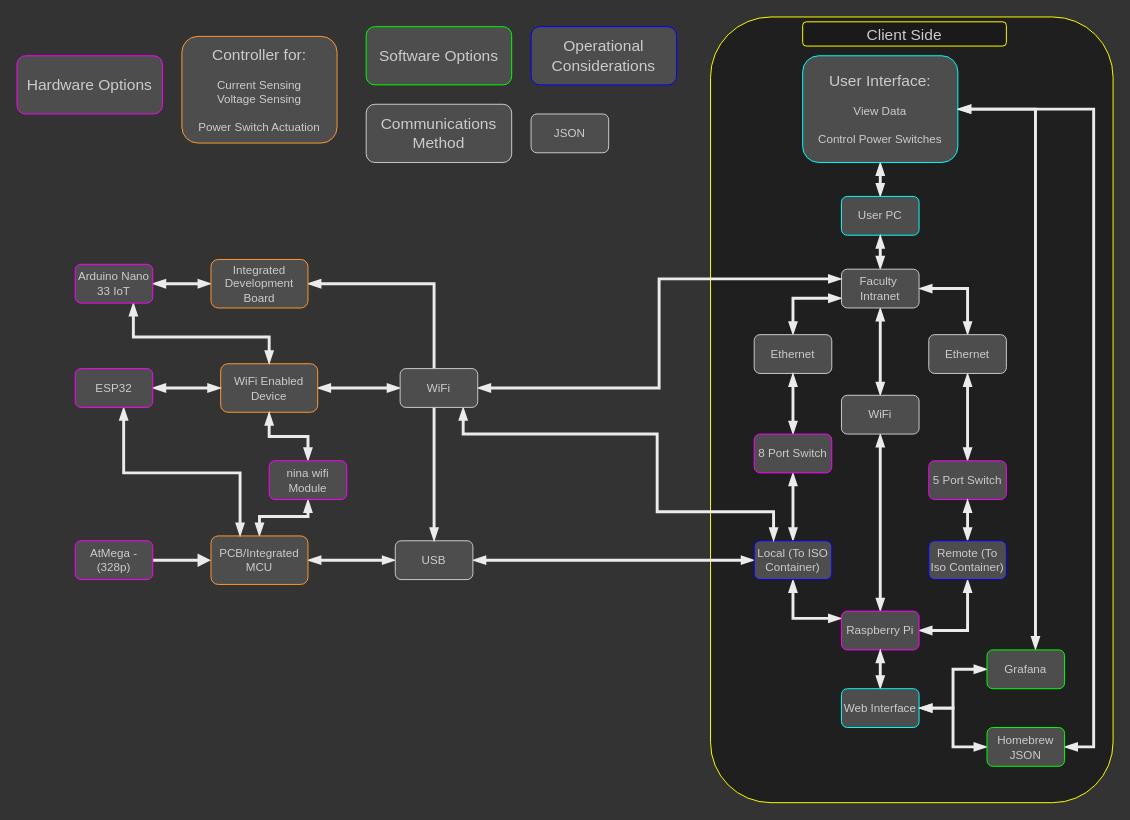
Before: Diagrams/System Overview Options.drawio in PanGalacticTech/project_template, a draw.io diagram. Source tidied: cells renumbered, new cells numbered last; positions are measured from the earlier drawing's top-left corner, leaving out a move shared by most shapes. Both pictures are drawn from the tidied source at 97%, with x=0, y=0 at pixel (16, 16).
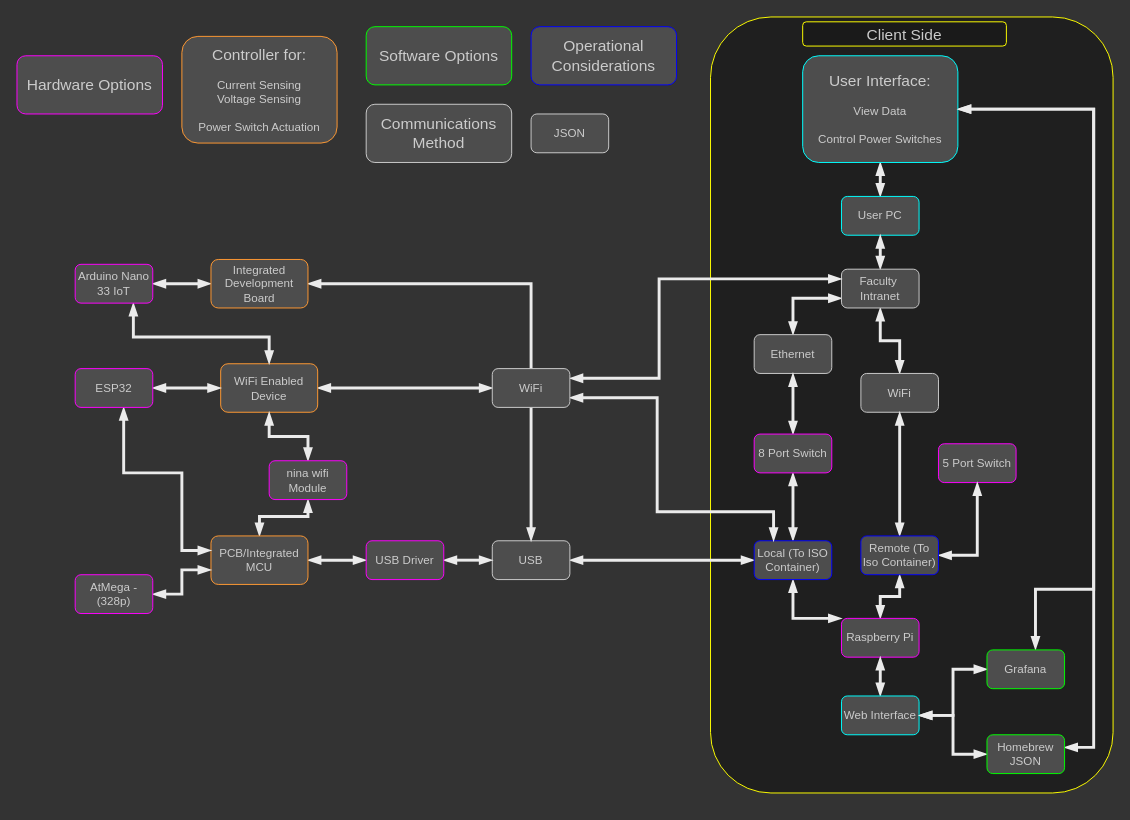
After the change.

Unchanged cells that the change refers to:
```xml
<mxCell id="6" value="&lt;span&gt;&lt;font style=&quot;font-size: 16px&quot;&gt;User Interface:&lt;/font&gt;&lt;br&gt;&lt;br&gt;View Data&lt;br&gt;&lt;br&gt;Control Power Switches&lt;br&gt;&lt;/span&gt;" style="rounded=1;whiteSpace=wrap;html=1;fillColor=#4D4D4D;fontColor=#CCCCCC;strokeColor=#00FFFF;" parent="1" vertex="1">
  <mxGeometry x="810" y="40" width="160" height="110" as="geometry" />
</mxCell>
<mxCell id="14" value="&lt;span&gt;PCB/Integrated MCU&lt;br&gt;&lt;/span&gt;" style="rounded=1;whiteSpace=wrap;html=1;fillColor=#4D4D4D;fontColor=#CCCCCC;strokeColor=#FF9933;" parent="1" vertex="1">
  <mxGeometry x="200" y="535" width="100" height="50" as="geometry" />
</mxCell>
<mxCell id="28" value="&lt;span&gt;Grafana&lt;br&gt;&lt;/span&gt;" style="rounded=1;whiteSpace=wrap;html=1;fillColor=#4D4D4D;fontColor=#CCCCCC;strokeColor=#00FF00;" parent="1" vertex="1">
  <mxGeometry x="1000" y="652.5" width="80" height="40" as="geometry" />
</mxCell>
<mxCell id="31" value="&lt;span&gt;ESP32&lt;br&gt;&lt;/span&gt;" style="rounded=1;whiteSpace=wrap;html=1;fillColor=#4D4D4D;fontColor=#CCCCCC;strokeColor=#FF00FF;" parent="1" vertex="1">
  <mxGeometry x="60" y="362.5" width="80" height="40" as="geometry" />
</mxCell>
<mxCell id="39" value="&lt;span&gt;Local (To ISO Container)&lt;br&gt;&lt;/span&gt;" style="rounded=1;whiteSpace=wrap;html=1;fillColor=#4D4D4D;fontColor=#CCCCCC;strokeColor=#0000FF;" parent="1" vertex="1">
  <mxGeometry x="760" y="540" width="80" height="40" as="geometry" />
</mxCell>
<mxCell id="51" value="&lt;span&gt;Faculty&amp;nbsp;&lt;br&gt;Intranet&lt;br&gt;&lt;/span&gt;" style="rounded=1;whiteSpace=wrap;html=1;fillColor=#4D4D4D;fontColor=#CCCCCC;strokeColor=#CCCCCC;" parent="1" vertex="1">
  <mxGeometry x="850" y="260" width="80" height="40" as="geometry" />
</mxCell>
```

What changed in the source:
```diff
@@
     <mxCell id="2" style="rounded=1;whiteSpace=wrap;html=1;fontFamily=Helvetica;fontSize=16;fontColor=#CCCCCC;strokeColor=#FFFF00;fillColor=#1F1F1F;glass=0;sketch=0;" parent="1" vertex="1">
-      <mxGeometry x="715" width="415" height="810" as="geometry" />
+      <mxGeometry x="715" width="415" height="800" as="geometry" />
     </mxCell>
@@
     <mxCell id="5" style="edgeStyle=orthogonalEdgeStyle;shape=connector;rounded=0;jettySize=auto;html=1;entryX=0.625;entryY=-0.012;entryDx=0;entryDy=0;entryPerimeter=0;labelBackgroundColor=default;fontFamily=Helvetica;fontSize=16;fontColor=#CCCCCC;startArrow=blockThin;startFill=1;endArrow=blockThin;endFill=1;strokeColor=#EBEBEB;strokeWidth=3;" parent="1" edge="1" source="6" target="28">
-      <mxGeometry relative="1" as="geometry" />
+      <mxGeometry relative="1" as="geometry">
+        <Array as="points">
+          <mxPoint x="1110" y="95" />
+          <mxPoint x="1110" y="590" />
+          <mxPoint x="1050" y="590" />
+        </Array>
+      </mxGeometry>
     </mxCell>
@@
-    <mxCell id="10" style="edgeStyle=orthogonalEdgeStyle;shape=connector;rounded=0;jettySize=auto;html=1;labelBackgroundColor=default;fontFamily=Helvetica;fontSize=16;fontColor=#CCCCCC;startArrow=blockThin;startFill=1;endArrow=blockThin;endFill=1;strokeColor=#EBEBEB;strokeWidth=3;entryX=0.5;entryY=1;entryDx=0;entryDy=0;" parent="1" edge="1" source="11" target="16">
-      <mxGeometry relative="1" as="geometry">
-        <Array as="points">
-          <mxPoint x="890" y="517.5" />
-          <mxPoint x="890" y="517.5" />
-        </Array>
-      </mxGeometry>
-    </mxCell>
     <mxCell id="11" value="&lt;span&gt;Raspberry Pi&lt;br&gt;&lt;/span&gt;" style="rounded=1;whiteSpace=wrap;html=1;fillColor=#4D4D4D;fontColor=#CCCCCC;strokeColor=#FF00FF;" parent="1" vertex="1">
-      <mxGeometry x="850" y="612.5" width="80" height="40" as="geometry" />
+      <mxGeometry x="850" y="620" width="80" height="40" as="geometry" />
     </mxCell>
-    <mxCell id="12" style="edgeStyle=orthogonalEdgeStyle;shape=connector;rounded=0;jettySize=auto;html=1;labelBackgroundColor=default;fontFamily=Helvetica;fontSize=16;fontColor=#CCCCCC;startArrow=blockThin;startFill=1;endArrow=blockThin;endFill=1;strokeColor=#EBEBEB;strokeWidth=3;" parent="1" edge="1" source="14" target="22">
-      <mxGeometry relative="1" as="geometry" />
-    </mxCell>
@@
+    <mxCell id="63" style="edgeStyle=orthogonalEdgeStyle;shape=connector;rounded=0;jettySize=auto;html=1;entryX=0;entryY=0.5;entryDx=0;entryDy=0;labelBackgroundColor=default;fontFamily=Helvetica;fontSize=16;fontColor=#CCCCCC;startArrow=blockThin;startFill=1;endArrow=blockThin;endFill=1;strokeColor=#EBEBEB;strokeWidth=3;" parent="1" edge="1" source="14" target="66">
+      <mxGeometry relative="1" as="geometry" />
+    </mxCell>
@@
     <mxCell id="16" value="&lt;span&gt;WiFi&lt;br&gt;&lt;/span&gt;" style="rounded=1;whiteSpace=wrap;html=1;fillColor=#4D4D4D;fontColor=#CCCCCC;strokeColor=#CCCCCC;" parent="1" vertex="1">
-      <mxGeometry x="850" y="390" width="80" height="40" as="geometry" />
+      <mxGeometry x="870" y="367.5" width="80" height="40" as="geometry" />
     </mxCell>
@@
     <mxCell id="22" value="&lt;span&gt;USB&lt;br&gt;&lt;/span&gt;" style="rounded=1;whiteSpace=wrap;html=1;fillColor=#4D4D4D;fontColor=#CCCCCC;strokeColor=#CCCCCC;" parent="1" vertex="1">
-      <mxGeometry x="390" y="540" width="80" height="40" as="geometry" />
+      <mxGeometry x="490" y="540" width="80" height="40" as="geometry" />
     </mxCell>
@@
-    <mxCell id="24" style="edgeStyle=orthogonalEdgeStyle;shape=connector;rounded=0;jettySize=auto;html=1;labelBackgroundColor=default;fontFamily=Helvetica;fontSize=16;fontColor=#CCCCCC;startArrow=blockThin;startFill=1;endArrow=blockThin;endFill=1;strokeColor=#EBEBEB;strokeWidth=3;" parent="1" edge="1" source="26" target="28">
+    <mxCell id="24" style="edgeStyle=orthogonalEdgeStyle;shape=connector;rounded=0;jettySize=auto;html=1;labelBackgroundColor=default;fontFamily=Helvetica;fontSize=16;fontColor=#CCCCCC;startArrow=blockThin;startFill=1;endArrow=blockThin;endFill=1;strokeColor=#EBEBEB;strokeWidth=3;entryX=0;entryY=0.5;entryDx=0;entryDy=0;" parent="1" edge="1" source="26" target="28">
       <mxGeometry relative="1" as="geometry" />
     </mxCell>
@@
     <mxCell id="26" value="&lt;span&gt;Web Interface&lt;br&gt;&lt;/span&gt;" style="rounded=1;whiteSpace=wrap;html=1;fillColor=#4D4D4D;fontColor=#CCCCCC;strokeColor=#00FFFF;" parent="1" vertex="1">
-      <mxGeometry x="850" y="692.5" width="80" height="40" as="geometry" />
+      <mxGeometry x="850" y="700" width="80" height="40" as="geometry" />
     </mxCell>
@@
     <mxCell id="30" style="edgeStyle=orthogonalEdgeStyle;shape=connector;rounded=0;jettySize=auto;html=1;labelBackgroundColor=default;fontFamily=Helvetica;fontSize=16;fontColor=#CCCCCC;startArrow=blockThin;startFill=1;endArrow=blockThin;endFill=1;strokeColor=#EBEBEB;strokeWidth=3;" parent="1" edge="1" source="31" target="14">
       <mxGeometry relative="1" as="geometry">
         <Array as="points">
           <mxPoint x="110" y="470" />
-          <mxPoint x="230" y="470" />
+          <mxPoint x="170" y="470" />
+          <mxPoint x="170" y="550" />
         </Array>
       </mxGeometry>
     </mxCell>
@@
-    <mxCell id="35" style="edgeStyle=orthogonalEdgeStyle;rounded=0;jettySize=auto;html=1;fontSize=16;fontColor=#CCCCCC;strokeColor=#EBEBEB;strokeWidth=3;endArrow=block;endFill=1;" parent="1" edge="1" source="36" target="14">
-      <mxGeometry relative="1" as="geometry" />
+    <mxCell id="35" style="edgeStyle=orthogonalEdgeStyle;rounded=0;jettySize=auto;html=1;fontSize=16;fontColor=#CCCCCC;strokeColor=#EBEBEB;strokeWidth=3;endArrow=blockThin;endFill=1;startArrow=blockThin;startFill=1;" parent="1" edge="1" source="36" target="14">
+      <mxGeometry relative="1" as="geometry">
+        <Array as="points">
+          <mxPoint x="170" y="595" />
+          <mxPoint x="170" y="570" />
+        </Array>
+      </mxGeometry>
     </mxCell>
     <mxCell id="36" value="&lt;span&gt;AtMega - (328p)&lt;br&gt;&lt;/span&gt;" style="rounded=1;whiteSpace=wrap;html=1;fillColor=#4D4D4D;fontColor=#CCCCCC;strokeColor=#FF00FF;" parent="1" vertex="1">
-      <mxGeometry x="60" y="540" width="80" height="40" as="geometry" />
+      <mxGeometry x="60" y="575" width="80" height="40" as="geometry" />
     </mxCell>
@@
-    <mxCell id="40" style="edgeStyle=orthogonalEdgeStyle;shape=connector;rounded=0;jettySize=auto;html=1;labelBackgroundColor=default;fontFamily=Helvetica;fontSize=16;fontColor=#CCCCCC;startArrow=blockThin;startFill=1;endArrow=blockThin;endFill=1;strokeColor=#EBEBEB;strokeWidth=3;" parent="1" edge="1" source="41" target="48">
-      <mxGeometry relative="1" as="geometry" />
-    </mxCell>
     <mxCell id="41" value="&lt;span&gt;5 Port Switch&lt;br&gt;&lt;/span&gt;" style="rounded=1;whiteSpace=wrap;html=1;fillColor=#4D4D4D;fontColor=#CCCCCC;strokeColor=#FF00FF;" parent="1" vertex="1">
-      <mxGeometry x="940" y="457.5" width="80" height="40" as="geometry" />
+      <mxGeometry x="950" y="440" width="80" height="40" as="geometry" />
     </mxCell>
@@
     <mxCell id="45" style="edgeStyle=orthogonalEdgeStyle;shape=connector;rounded=0;jettySize=auto;html=1;labelBackgroundColor=default;fontFamily=Helvetica;fontSize=16;fontColor=#CCCCCC;startArrow=blockThin;startFill=1;endArrow=blockThin;endFill=1;strokeColor=#EBEBEB;strokeWidth=3;" parent="1" edge="1" source="46" target="41">
-      <mxGeometry relative="1" as="geometry" />
+      <mxGeometry relative="1" as="geometry">
+        <Array as="points">
+          <mxPoint x="990" y="555" />
+        </Array>
+      </mxGeometry>
     </mxCell>
+    <mxCell id="64" style="edgeStyle=orthogonalEdgeStyle;rounded=0;jettySize=auto;html=1;endArrow=blockThin;fontSize=16;strokeColor=#EBEBEB;fontColor=#CCCCCC;startArrow=blockThin;startFill=1;endFill=1;strokeWidth=3;" parent="1" edge="1" source="46" target="16">
+      <mxGeometry relative="1" as="geometry" />
+    </mxCell>
     <mxCell id="46" value="&lt;span&gt;Remote (To Iso Container)&lt;br&gt;&lt;/span&gt;" style="rounded=1;whiteSpace=wrap;html=1;fillColor=#4D4D4D;fontColor=#CCCCCC;strokeColor=#0000FF;" parent="1" vertex="1">
-      <mxGeometry x="940" y="540" width="80" height="40" as="geometry" />
+      <mxGeometry x="870" y="535" width="80" height="40" as="geometry" />
     </mxCell>
-    <mxCell id="47" style="edgeStyle=orthogonalEdgeStyle;shape=connector;rounded=0;jettySize=auto;html=1;entryX=1;entryY=0.5;entryDx=0;entryDy=0;labelBackgroundColor=default;fontFamily=Helvetica;fontSize=16;fontColor=#CCCCCC;startArrow=blockThin;startFill=1;endArrow=blockThin;endFill=1;strokeColor=#EBEBEB;strokeWidth=3;" parent="1" edge="1" source="48" target="51">
-      <mxGeometry relative="1" as="geometry">
-        <Array as="points">
-          <mxPoint x="980" y="280" />
-        </Array>
-      </mxGeometry>
-    </mxCell>
-    <mxCell id="48" value="&lt;span&gt;Ethernet&lt;br&gt;&lt;/span&gt;" style="rounded=1;whiteSpace=wrap;html=1;fillColor=#4D4D4D;fontColor=#CCCCCC;strokeColor=#CCCCCC;" parent="1" vertex="1">
-      <mxGeometry x="940" y="327.5" width="80" height="40" as="geometry" />
-    </mxCell>
@@
     <mxCell id="54" value="&lt;span&gt;Homebrew JSON&lt;br&gt;&lt;/span&gt;" style="rounded=1;whiteSpace=wrap;html=1;fillColor=#4D4D4D;fontColor=#CCCCCC;strokeColor=#00FF00;" parent="1" vertex="1">
-      <mxGeometry x="1000" y="732.5" width="80" height="40" as="geometry" />
+      <mxGeometry x="1000" y="740" width="80" height="40" as="geometry" />
     </mxCell>
@@
-    <mxCell id="58" style="edgeStyle=orthogonalEdgeStyle;shape=connector;rounded=0;jettySize=auto;html=1;entryX=0.25;entryY=0;entryDx=0;entryDy=0;labelBackgroundColor=default;fontFamily=Helvetica;fontSize=16;fontColor=#CCCCCC;startArrow=blockThin;startFill=1;endArrow=blockThin;endFill=1;strokeColor=#EBEBEB;strokeWidth=3;" parent="1" edge="1" source="60" target="39">
+    <mxCell id="58" style="edgeStyle=orthogonalEdgeStyle;shape=connector;rounded=0;jettySize=auto;html=1;entryX=0.25;entryY=0;entryDx=0;entryDy=0;labelBackgroundColor=default;fontFamily=Helvetica;fontSize=16;fontColor=#CCCCCC;startArrow=blockThin;startFill=1;endArrow=blockThin;endFill=1;strokeColor=#EBEBEB;strokeWidth=3;exitX=1;exitY=0.75;exitDx=0;exitDy=0;" parent="1" edge="1" source="60" target="39">
       <mxGeometry relative="1" as="geometry">
         <Array as="points">
-          <mxPoint x="460" y="430" />
-          <mxPoint x="660" y="430" />
+          <mxPoint x="660" y="393" />
           <mxPoint x="660" y="510" />
           <mxPoint x="780" y="510" />
         </Array>
       </mxGeometry>
     </mxCell>
-    <mxCell id="59" style="edgeStyle=orthogonalEdgeStyle;shape=connector;rounded=0;jettySize=auto;html=1;labelBackgroundColor=default;fontFamily=Helvetica;fontSize=16;fontColor=#CCCCCC;startArrow=blockThin;startFill=1;endArrow=blockThin;endFill=1;strokeColor=#EBEBEB;strokeWidth=3;" parent="1" edge="1" source="60">
+    <mxCell id="59" style="edgeStyle=orthogonalEdgeStyle;shape=connector;rounded=0;jettySize=auto;html=1;labelBackgroundColor=default;fontFamily=Helvetica;fontSize=16;fontColor=#CCCCCC;startArrow=blockThin;startFill=1;endArrow=blockThin;endFill=1;strokeColor=#EBEBEB;strokeWidth=3;exitX=1;exitY=0.25;exitDx=0;exitDy=0;" parent="1" edge="1" source="60">
       <mxGeometry relative="1" as="geometry">
         <mxPoint x="850" y="270" as="targetPoint" />
         <Array as="points">
-          <mxPoint x="662" y="383" />
+          <mxPoint x="662" y="373" />
           <mxPoint x="662" y="270" />
-          <mxPoint x="850" y="270" />
         </Array>
       </mxGeometry>
     </mxCell>
     <mxCell id="60" value="&lt;span&gt;WiFi&lt;br&gt;&lt;/span&gt;" style="rounded=1;whiteSpace=wrap;html=1;fillColor=#4D4D4D;fontColor=#CCCCCC;strokeColor=#CCCCCC;" parent="1" vertex="1">
-      <mxGeometry x="395" y="362.5" width="80" height="40" as="geometry" />
+      <mxGeometry x="490" y="362.5" width="80" height="40" as="geometry" />
     </mxCell>
@@
+    <mxCell id="65" style="edgeStyle=orthogonalEdgeStyle;shape=connector;rounded=0;jettySize=auto;html=1;labelBackgroundColor=default;fontFamily=Helvetica;fontSize=16;fontColor=#CCCCCC;startArrow=blockThin;startFill=1;endArrow=blockThin;endFill=1;strokeColor=#EBEBEB;strokeWidth=3;" parent="1" edge="1" source="66" target="22">
+      <mxGeometry relative="1" as="geometry" />
+    </mxCell>
+    <mxCell id="66" value="&lt;span&gt;USB Driver&lt;br&gt;&lt;/span&gt;" style="rounded=1;whiteSpace=wrap;html=1;fillColor=#4D4D4D;fontColor=#CCCCCC;strokeColor=#FF00FF;" parent="1" vertex="1">
+      <mxGeometry x="360" y="540" width="80" height="40" as="geometry" />
+    </mxCell>
```
